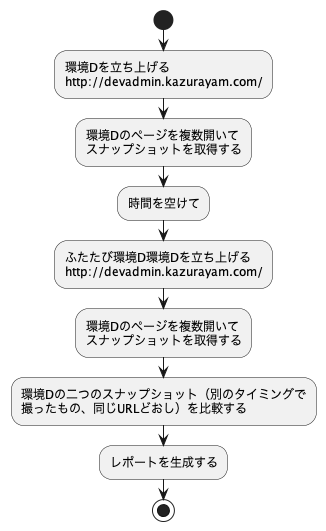
Before: docs/diagrams/out/activity-chronosdiff-ja/activity-chronosdiff-ja.png, a diagram exported from PlantUML (kazurayam/inspectus4katalon-sample-project). The source it was exported from:
```plantuml
@startuml activity-chronosdiff-ja
start
:環境Dを立ち上げる\nhttp://devadmin.kazurayam.com/;
:環境Dのページを複数開いて\nスナップショットを取得する;
:時間を空けて;
:ふたたび環境D環境Dを立ち上げる\nhttp://devadmin.kazurayam.com/;
:環境Dのページを複数開いて\nスナップショットを取得する;
:環境Dの二つのスナップショット（別のタイミングで\n撮ったもの、同じURLどおし）を比較する;
:レポートを生成する;
stop
@enduml
```
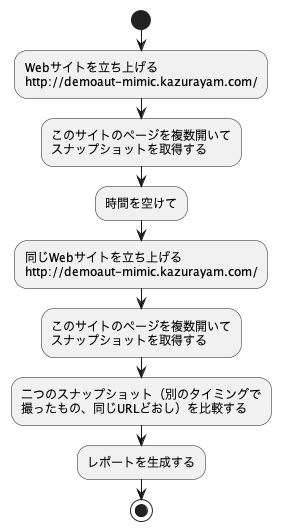
The same diagram one commit later.

Change to the diagram source:
```diff
@@ -1,11 +1,11 @@
 @startuml activity-chronosdiff-ja
 start
-:環境Dを立ち上げる\nhttp://devadmin.kazurayam.com/;
-:環境Dのページを複数開いて\nスナップショットを取得する;
+:Webサイトを立ち上げる\nhttp://demoaut-mimic.kazurayam.com/;
+:このサイトのページを複数開いて\nスナップショットを取得する;
 :時間を空けて;
-:ふたたび環境D環境Dを立ち上げる\nhttp://devadmin.kazurayam.com/;
-:環境Dのページを複数開いて\nスナップショットを取得する;
-:環境Dの二つのスナップショット（別のタイミングで\n撮ったもの、同じURLどおし）を比較する;
+:同じWebサイトを立ち上げる\nhttp://demoaut-mimic.kazurayam.com/;
+:このサイトのページを複数開いて\nスナップショットを取得する;
+:二つのスナップショット（別のタイミングで\n撮ったもの、同じURLどおし）を比較する;
 :レポートを生成する;
 stop
 @enduml
```
